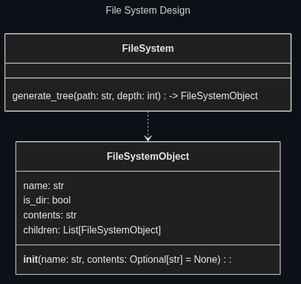
Above: docs/assets/mermaid/fs_design.png in Oldranda1414/AutoDev (Mermaid), before the change. Its source is kept beside it as docs/assets/src/fs_design.mmd.
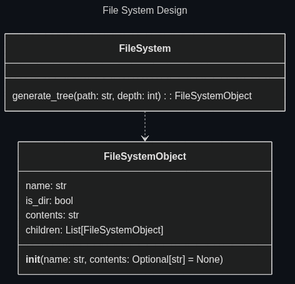
Above is the later version.

Change to the diagram source:
```diff
@@ -3,11 +3,11 @@
 ---
 classDiagram
     class FileSystem {
-        generate_tree(path: str, depth: int) -> FileSystemObject
+        generate_tree(path: str, depth: int): FileSystemObject
     }
 
     class FileSystemObject {
-        __init__(name: str, contents: Optional[str] = None):
+        __init__(name: str, contents: Optional[str] = None)
         name: str
         is_dir: bool
         contents: str
```
